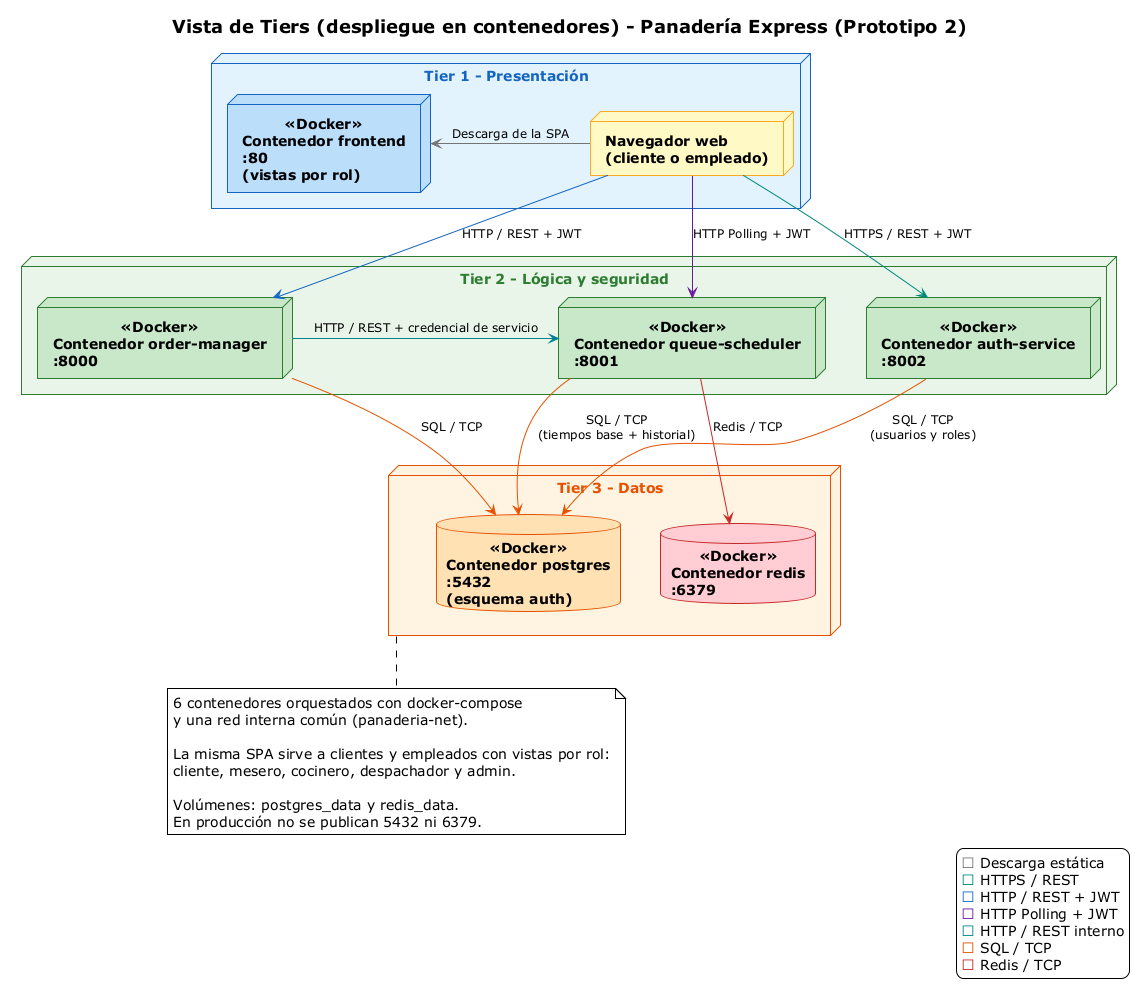
Before: g3-H-PanTech/docs/tiers_despliegue P2.png, a diagram exported from PlantUML (unal-sw-arch/swarch-2026ii).
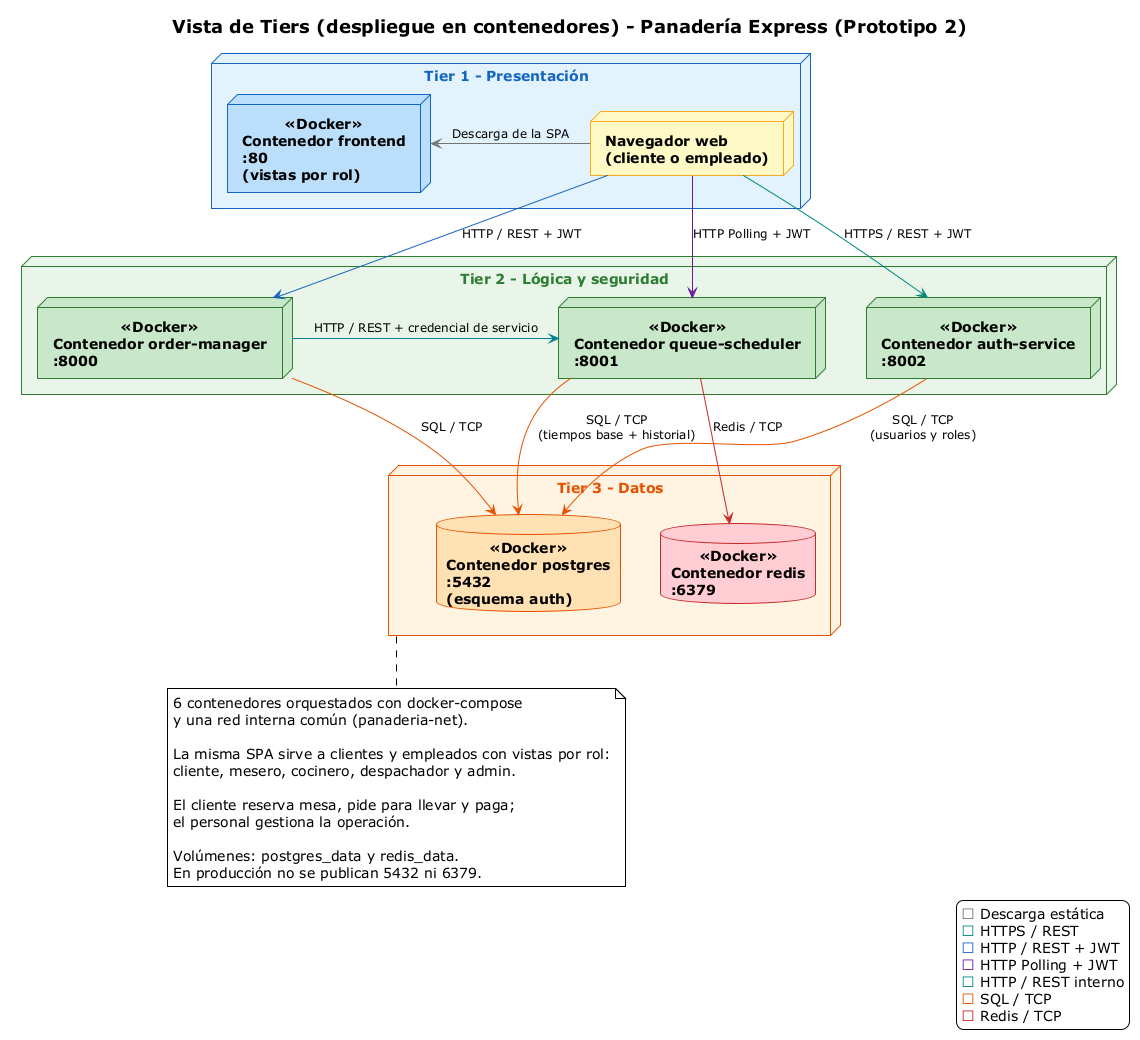
The same file after the commit.

Commit message:
docs: add client table reservation sequence diagram

Change to the diagram source:
```diff
@@ -50,6 +50,9 @@
   La misma SPA sirve a clientes y empleados con vistas por rol:
   cliente, mesero, cocinero, despachador y admin.
 
+  El cliente reserva mesa, pide para llevar y paga;
+  el personal gestiona la operación.
+
   Volúmenes: postgres_data y redis_data.
   En producción no se publican 5432 ni 6379.
 end note
```
